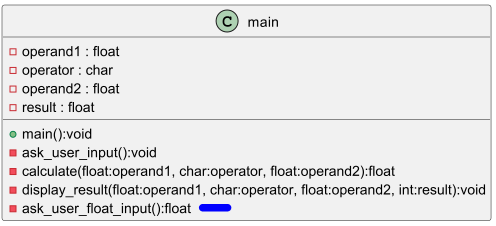
Before: docs/class_diagram.png, a diagram exported from PlantUML (Vikkett/Eval1-Calculator). Its source is kept beside it as docs/class_diagram.puml.
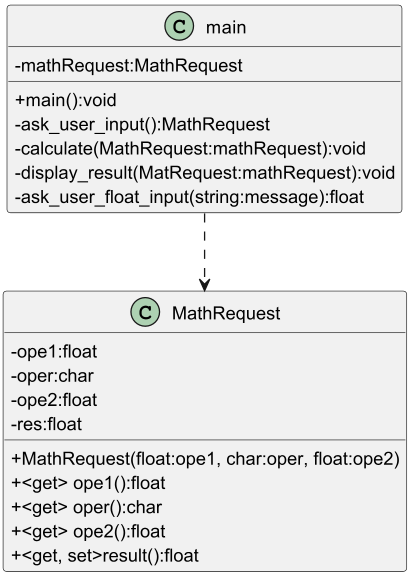
Later version of the same file.

Commit message:
chore: update class diagram adding MathRequest Class

Change to the diagram source:
```diff
@@ -1,4 +1,5 @@
 @startuml
+skinparam classAttributeIconSize 0
 
 class MathRequest{
  - ope1:float
@@ -7,7 +8,10 @@
  - res:float
 
  + MathRequest(float:ope1, char:oper, float:ope2)
- + <set>Result():float
+ + <get> ope1():float
+ + <get> oper():char
+ + <get> ope2():float
+ + <get, set>result():float
 }
 
 class main{
```
